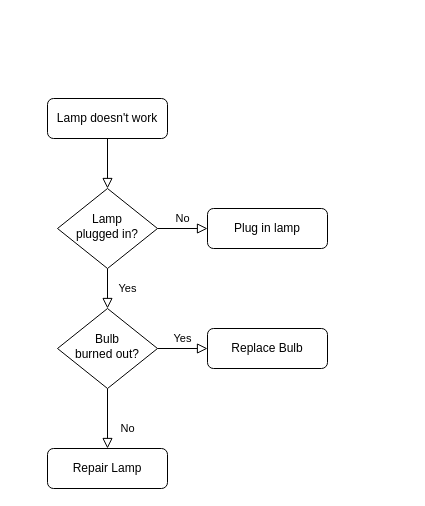
Before: JSONParsing.drawio in praneethsai83/GenericProcessing, a draw.io diagram. Source tidied: cells renumbered, new cells numbered last; positions are measured from the earlier drawing's top-left corner, leaving out a move shared by most shapes. Both pictures are drawn from the tidied source at 100%, with x=0, y=0 at pixel (47, 98).
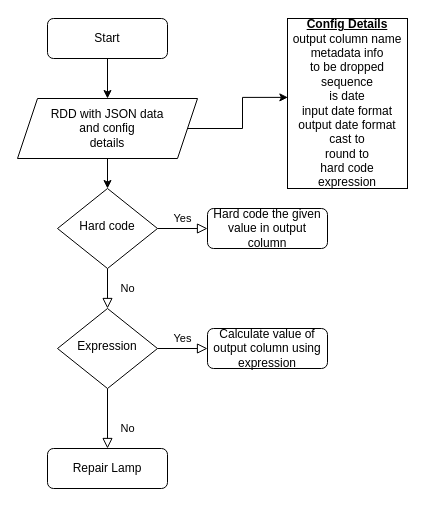
Above is the later version.

The edit, as a diff of the source:
```diff
@@
 <mxGraphModel>
   <root>
     <mxCell id="0" />
     <mxCell id="1" parent="0" />
-    <mxCell id="2" style="rounded=0;html=1;jettySize=auto;fontSize=11;endArrow=block;endFill=0;endSize=8;strokeWidth=1;shadow=0;labelBackgroundColor=none;edgeStyle=orthogonalEdgeStyle;" parent="1" edge="1" source="3" target="6">
-      <mxGeometry relative="1" as="geometry" />
-    </mxCell>
+    <mxCell id="13" style="edgeStyle=orthogonalEdgeStyle;rounded=0;jettySize=auto;html=1;" parent="1" edge="1" source="3" target="16">
+      <mxGeometry relative="1" as="geometry" />
+    </mxCell>
-    <mxCell id="3" value="Lamp doesn't work" style="rounded=1;whiteSpace=wrap;html=1;fontSize=12;glass=0;strokeWidth=1;shadow=0;" parent="1" vertex="1">
-      <mxGeometry width="120" height="40" as="geometry" />
+    <mxCell id="3" value="Start" style="rounded=1;whiteSpace=wrap;html=1;fontSize=12;glass=0;strokeWidth=1;shadow=0;" parent="1" vertex="1">
+      <mxGeometry y="-80" width="120" height="40" as="geometry" />
     </mxCell>
-    <mxCell id="4" value="Yes" style="rounded=0;html=1;jettySize=auto;fontSize=11;endArrow=block;endFill=0;endSize=8;strokeWidth=1;shadow=0;labelBackgroundColor=none;edgeStyle=orthogonalEdgeStyle;" parent="1" edge="1" source="6" target="10">
+    <mxCell id="4" value="No" style="rounded=0;html=1;jettySize=auto;fontSize=11;endArrow=block;endFill=0;endSize=8;strokeWidth=1;shadow=0;labelBackgroundColor=none;edgeStyle=orthogonalEdgeStyle;" parent="1" edge="1" source="6" target="10">
       <mxGeometry y="20" relative="1" as="geometry" />
     </mxCell>
-    <mxCell id="5" value="No" style="edgeStyle=orthogonalEdgeStyle;rounded=0;html=1;jettySize=auto;fontSize=11;endArrow=block;endFill=0;endSize=8;strokeWidth=1;shadow=0;labelBackgroundColor=none;" parent="1" edge="1" source="6" target="7">
+    <mxCell id="5" value="Yes" style="edgeStyle=orthogonalEdgeStyle;rounded=0;html=1;jettySize=auto;fontSize=11;endArrow=block;endFill=0;endSize=8;strokeWidth=1;shadow=0;labelBackgroundColor=none;" parent="1" edge="1" source="6" target="7">
       <mxGeometry y="10" relative="1" as="geometry" />
     </mxCell>
-    <mxCell id="6" value="Lamp&lt;br&gt;plugged in?" style="rhombus;whiteSpace=wrap;html=1;shadow=0;fontFamily=Helvetica;fontSize=12;align=center;strokeWidth=1;spacing=6;spacingTop=-4;" parent="1" vertex="1">
+    <mxCell id="6" value="Hard code" style="rhombus;whiteSpace=wrap;html=1;shadow=0;fontFamily=Helvetica;fontSize=12;align=center;strokeWidth=1;spacing=6;spacingTop=-4;" parent="1" vertex="1">
       <mxGeometry x="10" y="90" width="100" height="80" as="geometry" />
     </mxCell>
-    <mxCell id="7" value="Plug in lamp" style="rounded=1;whiteSpace=wrap;html=1;fontSize=12;glass=0;strokeWidth=1;shadow=0;" parent="1" vertex="1">
+    <mxCell id="7" value="Hard code the given&lt;br&gt;value in output column" style="rounded=1;whiteSpace=wrap;html=1;fontSize=12;glass=0;strokeWidth=1;shadow=0;" parent="1" vertex="1">
       <mxGeometry x="160" y="110" width="120" height="40" as="geometry" />
     </mxCell>
     <mxCell id="8" value="No" style="rounded=0;html=1;jettySize=auto;fontSize=11;endArrow=block;endFill=0;endSize=8;strokeWidth=1;shadow=0;labelBackgroundColor=none;edgeStyle=orthogonalEdgeStyle;" parent="1" edge="1" source="10" target="11">
       <mxGeometry x="0.33" y="20" relative="1" as="geometry" />
     </mxCell>
     <mxCell id="9" value="Yes" style="edgeStyle=orthogonalEdgeStyle;rounded=0;html=1;jettySize=auto;fontSize=11;endArrow=block;endFill=0;endSize=8;strokeWidth=1;shadow=0;labelBackgroundColor=none;" parent="1" edge="1" source="10" target="12">
       <mxGeometry y="10" relative="1" as="geometry" />
     </mxCell>
-    <mxCell id="10" value="Bulb&lt;br&gt;burned out?" style="rhombus;whiteSpace=wrap;html=1;shadow=0;fontFamily=Helvetica;fontSize=12;align=center;strokeWidth=1;spacing=6;spacingTop=-4;" parent="1" vertex="1">
+    <mxCell id="10" value="Expression" style="rhombus;whiteSpace=wrap;html=1;shadow=0;fontFamily=Helvetica;fontSize=12;align=center;strokeWidth=1;spacing=6;spacingTop=-4;" parent="1" vertex="1">
       <mxGeometry x="10" y="210" width="100" height="80" as="geometry" />
     </mxCell>
     <mxCell id="11" value="Repair Lamp" style="rounded=1;whiteSpace=wrap;html=1;fontSize=12;glass=0;strokeWidth=1;shadow=0;" parent="1" vertex="1">
       <mxGeometry y="350" width="120" height="40" as="geometry" />
     </mxCell>
-    <mxCell id="12" value="Replace Bulb" style="rounded=1;whiteSpace=wrap;html=1;fontSize=12;glass=0;strokeWidth=1;shadow=0;" parent="1" vertex="1">
+    <mxCell id="12" value="Calculate value of output column using expression" style="rounded=1;whiteSpace=wrap;html=1;fontSize=12;glass=0;strokeWidth=1;shadow=0;" parent="1" vertex="1">
       <mxGeometry x="160" y="230" width="120" height="40" as="geometry" />
     </mxCell>
+    <mxCell id="14" style="edgeStyle=orthogonalEdgeStyle;rounded=0;jettySize=auto;html=1;" parent="1" edge="1" source="16" target="6">
+      <mxGeometry relative="1" as="geometry" />
+    </mxCell>
+    <mxCell id="15" style="edgeStyle=orthogonalEdgeStyle;rounded=0;jettySize=auto;html=1;entryX=0.003;entryY=0.464;entryDx=0;entryDy=0;entryPerimeter=0;" parent="1" edge="1" source="16" target="17">
+      <mxGeometry relative="1" as="geometry" />
+    </mxCell>
+    <mxCell id="16" value="RDD with JSON data &lt;br&gt;and config&lt;br&gt;details" style="shape=parallelogram;perimeter=parallelogramPerimeter;whiteSpace=wrap;html=1;fixedSize=1;" parent="1" vertex="1">
+      <mxGeometry x="-30" width="180" height="60" as="geometry" />
+    </mxCell>
+    <mxCell id="17" value="&lt;b&gt;&lt;u&gt;Config Details&lt;/u&gt;&lt;/b&gt;&lt;br&gt;output column name&lt;br&gt;metadata info&lt;br&gt;to be dropped&lt;br&gt;sequence&lt;br&gt;is date&lt;br&gt;input date format&lt;br&gt;output date format&lt;br&gt;cast to&lt;br&gt;round to&lt;br&gt;hard code&lt;br&gt;expression" style="whiteSpace=wrap;html=1;" parent="1" vertex="1">
+      <mxGeometry x="240" y="-80" width="120" height="170" as="geometry" />
+    </mxCell>
   </root>
 </mxGraphModel>
```
